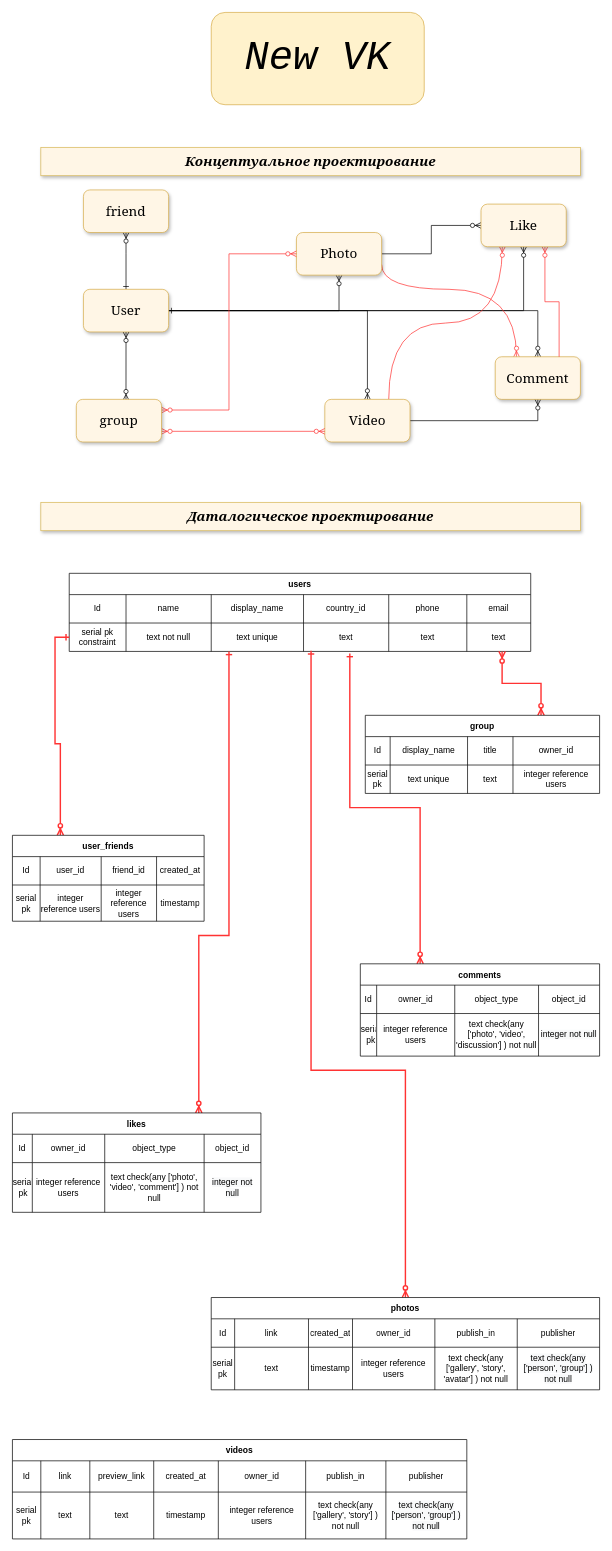
T0R0NT0T0KY0/ni-api keeps this draw.io diagram as Untitled Diagram.drawio. Above is the earlier version. Source tidied: cells renumbered, new cells numbered last; positions are measured from the earlier drawing's top-left corner, leaving out a move shared by most shapes. Both pictures are drawn from the tidied source at 71%, with x=0, y=0 at pixel (12, 12).
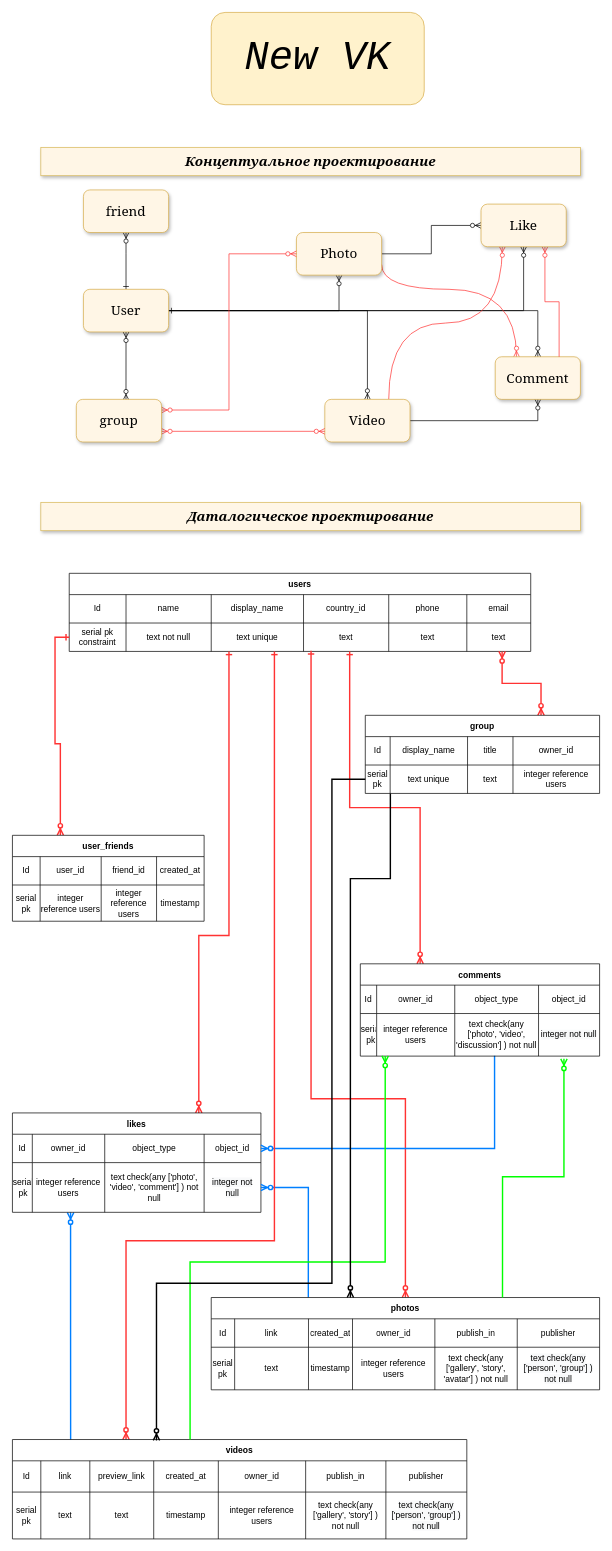
After the change.

The change refers to these unchanged cells:
```xml
<mxCell id="10" style="shape=partialRectangle;html=1;whiteSpace=wrap;fillColor=none;top=0;left=0;bottom=0;right=0;points=[[0,0.5],[1,0.5]];portConstraint=eastwest;" parent="2" vertex="1">
  <mxGeometry y="70" width="650" height="40" as="geometry" />
</mxCell>
<mxCell id="19" style="shape=partialRectangle;html=1;whiteSpace=wrap;fillColor=none;top=0;left=0;bottom=0;right=0;points=[[0,0.5],[1,0.5]];portConstraint=eastwest;" parent="18" vertex="1">
  <mxGeometry y="30" width="350" height="40" as="geometry" />
</mxCell>
<mxCell id="24" style="shape=partialRectangle;html=1;whiteSpace=wrap;fillColor=none;top=0;left=0;bottom=0;right=0;points=[[0,0.5],[1,0.5]];portConstraint=eastwest;" parent="18" vertex="1">
  <mxGeometry y="70" width="350" height="70" as="geometry" />
</mxCell>
<mxCell id="58" style="shape=partialRectangle;html=1;whiteSpace=wrap;fillColor=none;top=0;left=0;bottom=0;right=0;points=[[0,0.5],[1,0.5]];portConstraint=eastwest;" parent="52" vertex="1">
  <mxGeometry y="70" width="330" height="40" as="geometry" />
</mxCell>
<mxCell id="66" value="photos" style="shape=table;startSize=30;childLayout=tableLayout;fontStyle=1;align=center;" parent="1" vertex="1">
  <mxGeometry x="280" y="1810" width="547" height="130" as="geometry" />
</mxCell>
<mxCell id="82" value="comments" style="shape=table;startSize=30;childLayout=tableLayout;fontStyle=1;align=center;" parent="1" vertex="1">
  <mxGeometry x="490" y="1340" width="337" height="130" as="geometry" />
</mxCell>
<mxCell id="88" style="shape=partialRectangle;html=1;whiteSpace=wrap;fillColor=none;top=0;left=0;bottom=0;right=0;points=[[0,0.5],[1,0.5]];portConstraint=eastwest;" parent="82" vertex="1">
  <mxGeometry y="70" width="337" height="60" as="geometry" />
</mxCell>
<mxCell id="93" value="videos" style="shape=table;startSize=30;childLayout=tableLayout;fontStyle=1;align=center;" parent="1" vertex="1">
  <mxGeometry y="2010" width="640" height="140" as="geometry" />
</mxCell>
```

What changed in the source:
```diff
@@
+    <mxCell id="122" style="edgeStyle=orthogonalEdgeStyle;rounded=0;jumpStyle=none;jettySize=auto;html=1;exitX=0.234;exitY=1.005;exitDx=0;exitDy=0;fontFamily=Georgia;fontSize=19;startArrow=ERzeroToMany;startFill=1;endArrow=none;endFill=0;strokeWidth=2;exitPerimeter=0;strokeColor=#007FFF;" parent="1" edge="1" source="24">
+      <mxGeometry relative="1" as="geometry">
+        <mxPoint x="82" y="2020" as="targetPoint" />
+      </mxGeometry>
+    </mxCell>
@@
     <mxCell id="65" style="edgeStyle=orthogonalEdgeStyle;rounded=0;jumpStyle=none;jettySize=auto;html=1;exitX=0.5;exitY=0;exitDx=0;exitDy=0;entryX=0.524;entryY=0.978;entryDx=0;entryDy=0;entryPerimeter=0;fontFamily=Georgia;fontSize=19;startArrow=ERzeroToMany;startFill=1;endArrow=ERone;endFill=0;strokeColor=#FF3333;strokeWidth=2;" parent="1" edge="1" source="66" target="10">
       <mxGeometry relative="1" as="geometry">
         <Array as="points">
-          <mxPoint x="554" y="1490" />
-          <mxPoint x="421" y="1490" />
+          <mxPoint x="554" y="1530" />
+          <mxPoint x="421" y="1530" />
         </Array>
       </mxGeometry>
     </mxCell>
+    <mxCell id="123" style="edgeStyle=orthogonalEdgeStyle;rounded=0;jumpStyle=none;jettySize=auto;html=1;exitX=0.25;exitY=0;exitDx=0;exitDy=0;entryX=1;entryY=0.5;entryDx=0;entryDy=0;fontFamily=Georgia;fontSize=19;startArrow=none;startFill=0;endArrow=ERzeroToMany;endFill=1;strokeWidth=2;strokeColor=#007FFF;" parent="1" edge="1" source="66" target="24">
+      <mxGeometry relative="1" as="geometry" />
+    </mxCell>
@@
-    <mxCell id="81" style="edgeStyle=orthogonalEdgeStyle;rounded=0;jumpStyle=none;jettySize=auto;html=1;exitX=0.25;exitY=0;exitDx=0;exitDy=0;entryX=0.608;entryY=1.073;entryDx=0;entryDy=0;entryPerimeter=0;fontFamily=Georgia;fontSize=19;startArrow=ERzeroToMany;startFill=1;endArrow=ERone;endFill=0;strokeColor=#FF3333;strokeWidth=2;" parent="1" edge="1" source="82" target="10">
+    <mxCell id="81" style="edgeStyle=orthogonalEdgeStyle;rounded=0;jumpStyle=none;jettySize=auto;html=1;exitX=0.25;exitY=0;exitDx=0;exitDy=0;fontFamily=Georgia;fontSize=19;startArrow=ERzeroToMany;startFill=1;endArrow=ERone;endFill=0;strokeColor=#FF3333;strokeWidth=2;" parent="1" edge="1" source="82" target="10">
       <mxGeometry relative="1" as="geometry">
         <Array as="points">
           <mxPoint x="574" y="1120" />
           <mxPoint x="475" y="1120" />
         </Array>
       </mxGeometry>
     </mxCell>
+    <mxCell id="124" style="edgeStyle=orthogonalEdgeStyle;rounded=0;jumpStyle=none;jettySize=auto;html=1;entryX=1;entryY=0.5;entryDx=0;entryDy=0;fontFamily=Georgia;fontSize=19;startArrow=none;startFill=0;endArrow=ERzeroToMany;endFill=1;strokeWidth=2;exitX=0.561;exitY=0.99;exitDx=0;exitDy=0;exitPerimeter=0;strokeColor=#007FFF;" parent="1" edge="1" source="88" target="19">
+      <mxGeometry relative="1" as="geometry" />
+    </mxCell>
+    <mxCell id="125" style="edgeStyle=orthogonalEdgeStyle;rounded=0;jumpStyle=none;jettySize=auto;html=1;exitX=0.851;exitY=1.064;exitDx=0;exitDy=0;entryX=0.75;entryY=0;entryDx=0;entryDy=0;fontFamily=Georgia;fontSize=19;startArrow=ERzeroToMany;startFill=1;endArrow=none;endFill=0;strokeWidth=2;exitPerimeter=0;strokeColor=#00FF00;" parent="1" edge="1" source="88" target="66">
+      <mxGeometry relative="1" as="geometry">
+        <Array as="points">
+          <mxPoint x="777" y="1640" />
+          <mxPoint x="690" y="1640" />
+        </Array>
+      </mxGeometry>
+    </mxCell>
@@
+    <mxCell id="126" style="edgeStyle=orthogonalEdgeStyle;rounded=0;jumpStyle=none;jettySize=auto;html=1;exitX=0.25;exitY=0;exitDx=0;exitDy=0;fontFamily=Georgia;fontSize=19;startArrow=ERzeroToMany;startFill=1;endArrow=ERone;endFill=0;strokeColor=#FF3333;strokeWidth=2;" parent="1" edge="1" source="93" target="10">
+      <mxGeometry relative="1" as="geometry">
+        <Array as="points">
+          <mxPoint x="160" y="1730" />
+          <mxPoint x="369" y="1730" />
+        </Array>
+      </mxGeometry>
+    </mxCell>
@@
+    <mxCell id="127" style="edgeStyle=orthogonalEdgeStyle;rounded=0;jumpStyle=none;jettySize=auto;html=1;entryX=0.391;entryY=0;entryDx=0;entryDy=0;entryPerimeter=0;fontFamily=Georgia;fontSize=19;startArrow=ERzeroToMany;startFill=1;endArrow=none;endFill=0;strokeColor=#00FF00;strokeWidth=2;exitX=0.104;exitY=0.995;exitDx=0;exitDy=0;exitPerimeter=0;" parent="1" edge="1" source="88" target="93">
+      <mxGeometry relative="1" as="geometry">
+        <Array as="points">
+          <mxPoint x="525" y="1760" />
+          <mxPoint x="250" y="1760" />
+        </Array>
+      </mxGeometry>
+    </mxCell>
+    <mxCell id="128" style="edgeStyle=orthogonalEdgeStyle;rounded=0;jumpStyle=none;jettySize=auto;html=1;exitX=0.107;exitY=1;exitDx=0;exitDy=0;fontFamily=Georgia;fontSize=19;startArrow=none;startFill=0;endArrow=ERzeroToMany;endFill=1;strokeWidth=2;exitPerimeter=0;" parent="1" edge="1" source="58" target="66">
+      <mxGeometry relative="1" as="geometry">
+        <Array as="points">
+          <mxPoint x="532" y="1220" />
+          <mxPoint x="476" y="1220" />
+        </Array>
+      </mxGeometry>
+    </mxCell>
+    <mxCell id="129" style="edgeStyle=orthogonalEdgeStyle;rounded=0;jumpStyle=none;jettySize=auto;html=1;exitX=0;exitY=0.5;exitDx=0;exitDy=0;entryX=0.317;entryY=0.009;entryDx=0;entryDy=0;entryPerimeter=0;fontFamily=Georgia;fontSize=19;startArrow=none;startFill=0;endArrow=ERzeroToMany;endFill=1;strokeColor=#000000;strokeWidth=2;" parent="1" edge="1" source="58" target="93">
+      <mxGeometry relative="1" as="geometry">
+        <Array as="points">
+          <mxPoint x="450" y="1080" />
+          <mxPoint x="450" y="1790" />
+          <mxPoint x="203" y="1790" />
+        </Array>
+      </mxGeometry>
+    </mxCell>
```
